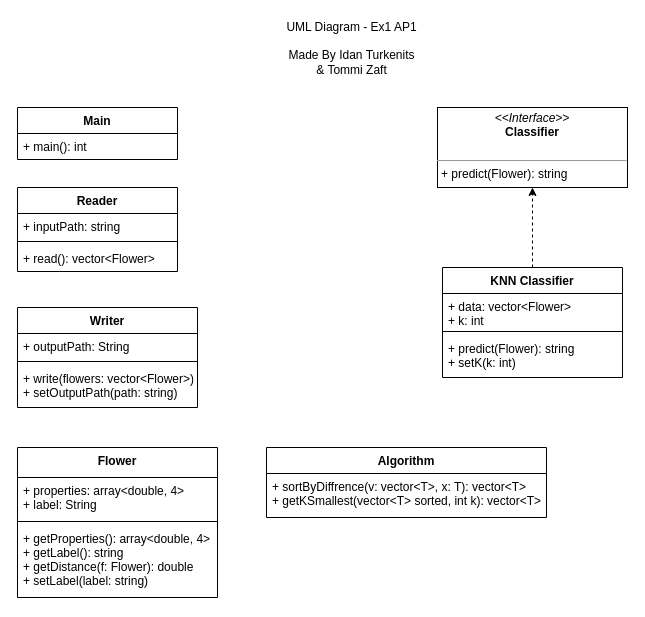
Earlier version of the draw.io diagram uml.drawio (Tom-stack3/AP1-ex3). Source tidied: cells renumbered, new cells numbered last; positions are measured from the earlier drawing's top-left corner, leaving out a move shared by most shapes. Both pictures are drawn from the tidied source at 100%, with x=0, y=0 at pixel (17, 17).
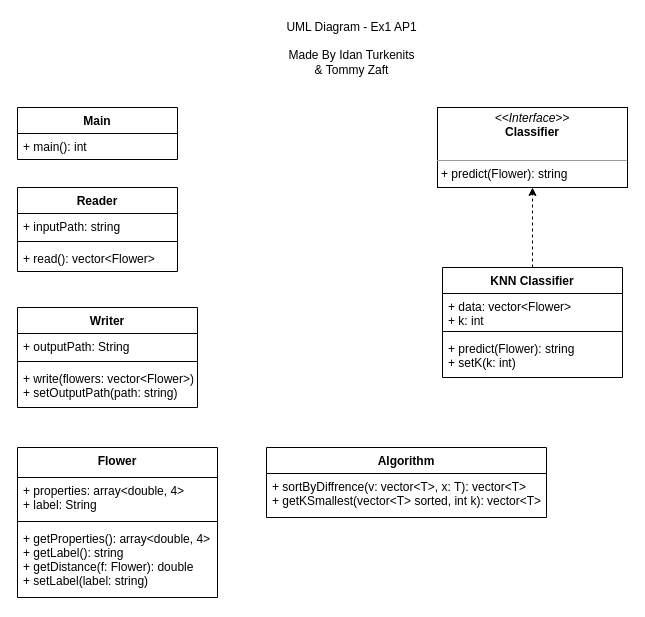
After the change.

The edit, as a diff of the source:
```diff
@@
-    <mxCell id="19" value="Made By Idan Turkenits&lt;br&gt;&amp;amp; Tommi Zaft" style="text;html=1;align=center;verticalAlign=middle;strokeColor=none;imageWidth=50;" parent="1" vertex="1">
+    <mxCell id="19" value="Made By Idan Turkenits&lt;br&gt;&amp;amp; Tommy Zaft" style="text;html=1;align=center;verticalAlign=middle;strokeColor=none;imageWidth=50;" parent="1" vertex="1">
       <mxGeometry x="264" y="30" width="140" height="30" as="geometry" />
     </mxCell>
```
